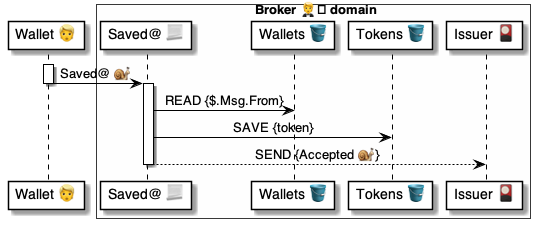
pollyweb-org/pollyweb-docs keeps this PlantUML diagram as 4 ⚙️ Solution/20 🧑‍🦰 UI/Brokers 🤵/🤵🅰️ Broker methods/Tokens 🎫 Saved 🧑‍🦰🐌🤵/🤵 Saved ⚙️ uml.png. Above is the earlier version. Its source is kept beside it as 4 ⚙️ Solution/20 🧑‍🦰 UI/Brokers 🤵/🤵🅰️ Broker methods/Tokens 🎫 Saved 🧑‍🦰🐌🤵/🤵 Saved ⚙️ uml.puml.
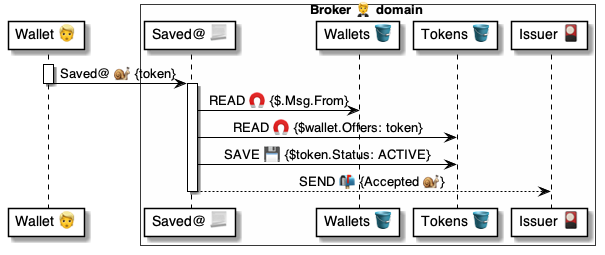
After the commit.

What changed in the source:
```diff
@@ -3,7 +3,7 @@
 
 participant "Wallet 👱" as wallet
 
-box Broker 🤵️ domain #FFFFFA
+box Broker 🤵 domain #FFFFFA
     participant "Saved@ 📃" as broker
     participant "Wallets 🪣" as wallets
     participant "Tokens 🪣" as tokens
@@ -11,13 +11,14 @@
 end box
 
 activate wallet
-    wallet -> broker: Saved@ 🐌
+    wallet -> broker: Saved@ 🐌 {token}
 deactivate wallet
 
 activate broker
-    broker -> wallets: READ {$.Msg.From}
-    broker -> tokens: SAVE {token}
-    broker --> issuer: SEND {Accepted 🐌}
+    broker -> wallets: READ 🧲 {$.Msg.From}
+    broker -> tokens: READ 🧲 {$wallet.Offers: token}
+    broker -> tokens: SAVE 💾 {$token.Status: ACTIVE}
+    broker --> issuer: SEND 📬 {Accepted 🐌}
 deactivate broker
 
 
```
